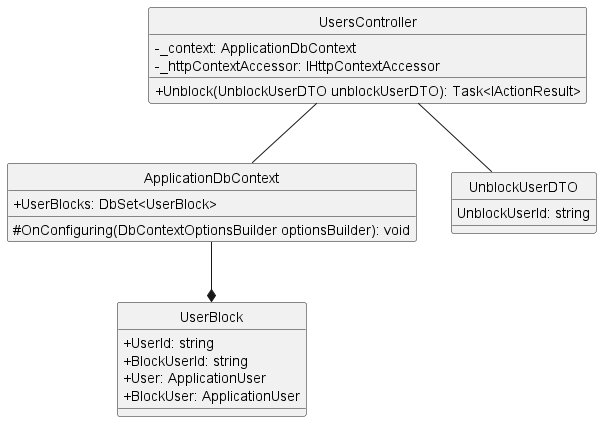
Before: docs/Class Diagram/Identity/UnblockUser/ClassDiagram/unblockUser.png, a diagram exported from PlantUML (Carl-Johnsons/Chat-Application).
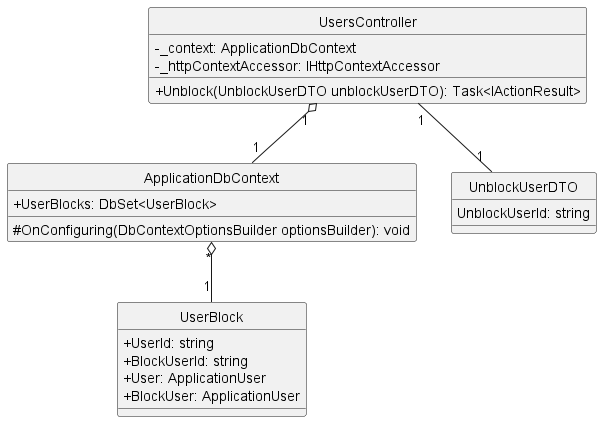
Above is the later version.

Change to the diagram source:
```diff
@@ -22,7 +22,7 @@
     UnblockUserId: string
 }
 
-UsersController -- ApplicationDbContext
-UsersController -- UnblockUserDTO
-ApplicationDbContext --* UserBlock
+UsersController "1" o--"1" ApplicationDbContext
+UsersController "1"--"1" UnblockUserDTO
+ApplicationDbContext "*" o--"1" UserBlock
 @enduml
```
